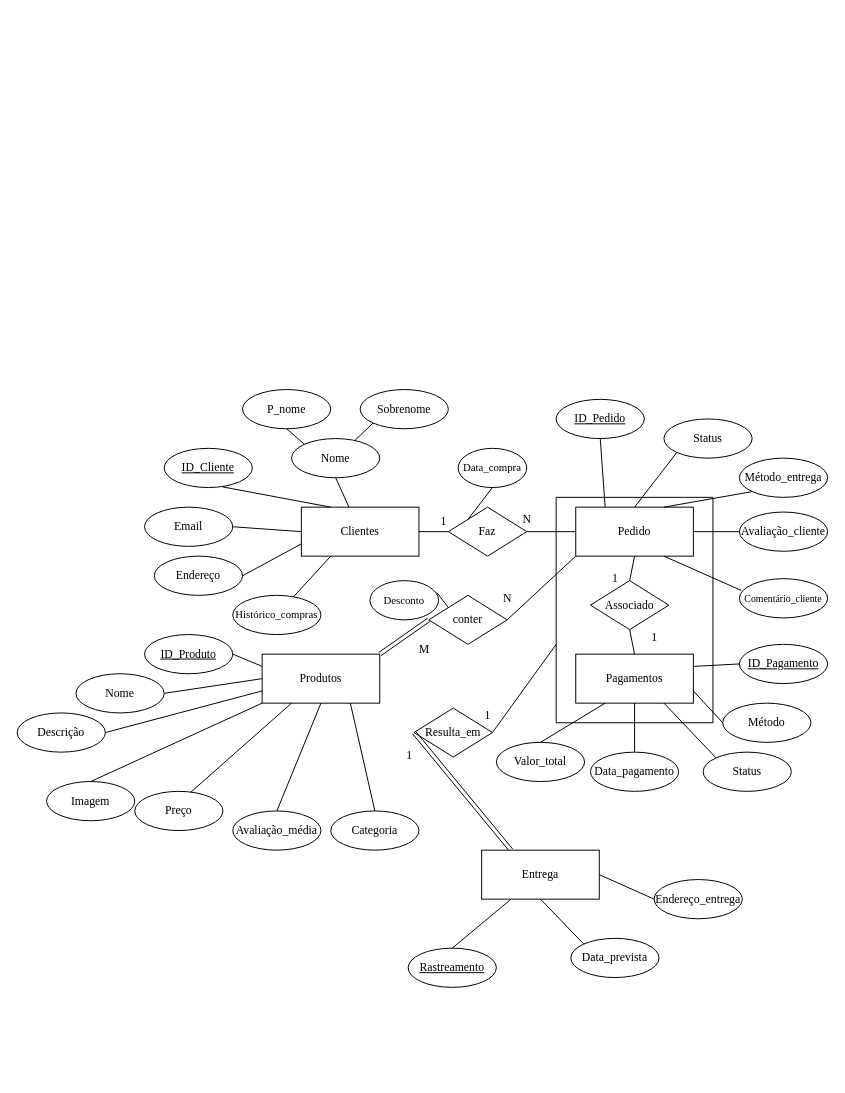
Zhihang44/Banco-de-Dados-1 keeps this draw.io diagram as Diagrama/Banco de dados 1.drawio. Above is the earlier version. Source tidied: cells renumbered, new cells numbered last; positions are measured from the earlier drawing's top-left corner, leaving out a move shared by most shapes. Both pictures are drawn from the tidied source at 98%, with x=0, y=0 at pixel (17, 389).
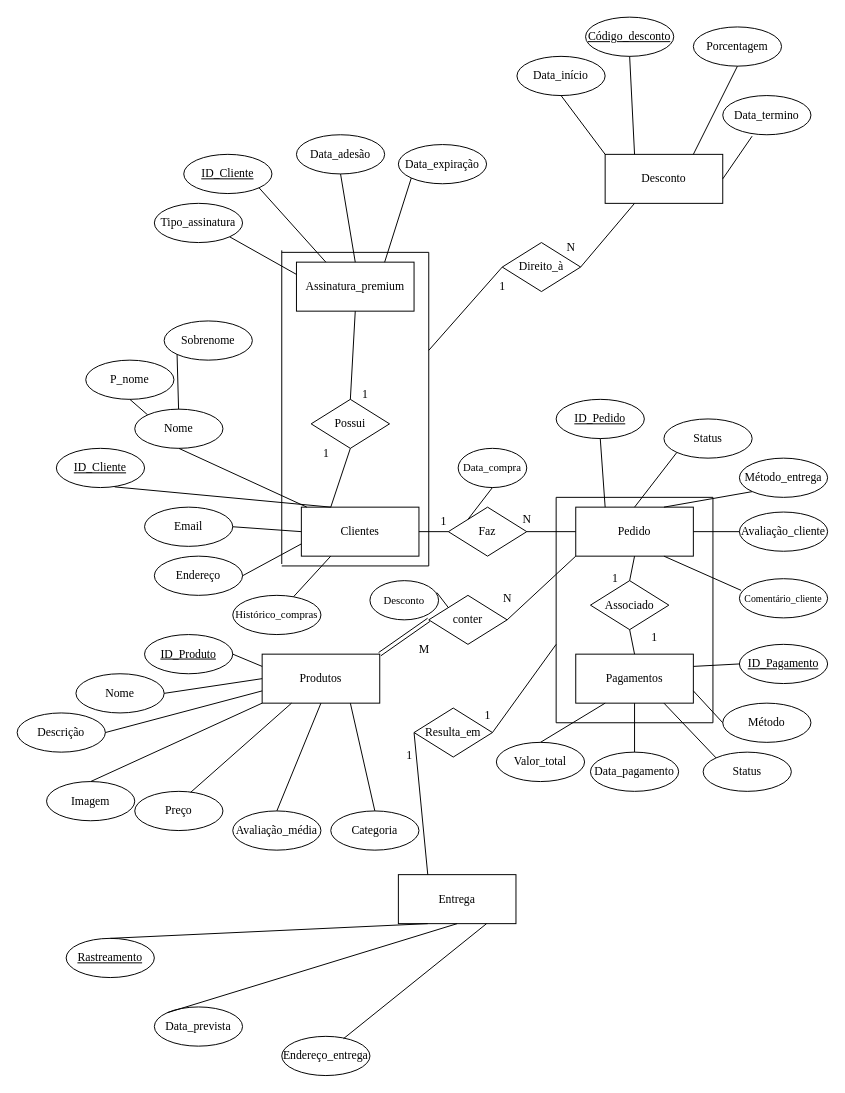
The same diagram, later.

Unchanged cells that the change refers to:
```xml
<mxCell id="2" value="Clientes" style="rounded=0;whiteSpace=wrap;html=1;fontFamily=Times New Roman;" parent="1" vertex="1">
  <mxGeometry x="290" y="120" width="120" height="50" as="geometry" />
</mxCell>
<mxCell id="58" value="Categoria" style="ellipse;whiteSpace=wrap;html=1;fontFamily=Times New Roman;" parent="1" vertex="1">
  <mxGeometry x="320" y="430" width="90" height="40" as="geometry" />
</mxCell>
<mxCell id="76" value="Resulta_em" style="rhombus;whiteSpace=wrap;html=1;fontFamily=Times New Roman;" parent="1" vertex="1">
  <mxGeometry x="405" y="325" width="80" height="50" as="geometry" />
</mxCell>
```

The edit, as a diff of the source:
```diff
@@
     <mxCell id="3" value="&lt;font face=&quot;Times New Roman&quot;&gt;ID_Cliente&lt;/font&gt;" style="ellipse;whiteSpace=wrap;html=1;fontStyle=4;" parent="1" vertex="1">
-      <mxGeometry x="150" y="60" width="90" height="40" as="geometry" />
+      <mxGeometry x="40" y="60" width="90" height="40" as="geometry" />
     </mxCell>
@@
     <mxCell id="5" value="Nome" style="ellipse;whiteSpace=wrap;html=1;fontFamily=Times New Roman;" parent="1" vertex="1">
-      <mxGeometry x="280" y="50" width="90" height="40" as="geometry" />
+      <mxGeometry x="120" y="20" width="90" height="40" as="geometry" />
     </mxCell>
     <mxCell id="6" value="P_nome" style="ellipse;whiteSpace=wrap;html=1;fontFamily=Times New Roman;" parent="1" vertex="1">
-      <mxGeometry x="230" width="90" height="40" as="geometry" />
+      <mxGeometry x="70" y="-30" width="90" height="40" as="geometry" />
     </mxCell>
     <mxCell id="7" value="Sobrenome" style="ellipse;whiteSpace=wrap;html=1;fontFamily=Times New Roman;" parent="1" vertex="1">
-      <mxGeometry x="350" width="90" height="40" as="geometry" />
+      <mxGeometry x="150" y="-70" width="90" height="40" as="geometry" />
     </mxCell>
@@
-    <mxCell id="61" style="edgeStyle=orthogonalEdgeStyle;rounded=0;orthogonalLoop=1;jettySize=auto;html=1;exitX=0.5;exitY=1;exitDx=0;exitDy=0;" parent="1" edge="1" source="58" target="58">
-      <mxGeometry relative="1" as="geometry" />
+    <mxCell id="61" style="edgeStyle=orthogonalEdgeStyle;rounded=0;orthogonalLoop=1;jettySize=auto;html=1;exitX=0.5;exitY=1;exitDx=0;exitDy=0;" parent="1" edge="1">
+      <mxGeometry relative="1" as="geometry">
+        <mxPoint x="280" y="495" as="sourcePoint" />
+        <mxPoint x="280" y="495" as="targetPoint" />
+      </mxGeometry>
     </mxCell>
@@
-    <mxCell id="77" style="shape=link;html=1;rounded=0;exitX=0;exitY=0.5;exitDx=0;exitDy=0;entryX=0.25;entryY=0;entryDx=0;entryDy=0;" parent="1" edge="1" source="76" target="82">
-      <mxGeometry relative="1" as="geometry" />
-    </mxCell>
@@
     <mxCell id="82" value="Entrega" style="rounded=0;whiteSpace=wrap;html=1;fontFamily=Times New Roman;" parent="1" vertex="1">
-      <mxGeometry x="474" y="470" width="120" height="50" as="geometry" />
+      <mxGeometry x="389" y="495" width="120" height="50" as="geometry" />
     </mxCell>
     <mxCell id="83" value="Endereço_entrega" style="ellipse;whiteSpace=wrap;html=1;fontFamily=Times New Roman;" parent="1" vertex="1">
-      <mxGeometry x="650" y="500" width="90" height="40" as="geometry" />
+      <mxGeometry x="270" y="660" width="90" height="40" as="geometry" />
     </mxCell>
     <mxCell id="84" value="Data_prevista" style="ellipse;whiteSpace=wrap;html=1;fontFamily=Times New Roman;" parent="1" vertex="1">
-      <mxGeometry x="565" y="560" width="90" height="40" as="geometry" />
+      <mxGeometry x="140" y="630" width="90" height="40" as="geometry" />
     </mxCell>
     <mxCell id="85" value="Rastreamento" style="ellipse;whiteSpace=wrap;html=1;fontFamily=Times New Roman;fontStyle=4;" parent="1" vertex="1">
-      <mxGeometry x="399" y="570" width="90" height="40" as="geometry" />
+      <mxGeometry x="50" y="560" width="90" height="40" as="geometry" />
     </mxCell>
-    <mxCell id="86" style="endArrow=none;html=1;rounded=0;entryX=0;entryY=0.5;entryDx=0;entryDy=0;exitX=1;exitY=0.5;exitDx=0;exitDy=0;" parent="1" edge="1" source="82" target="83">
+    <mxCell id="86" style="endArrow=none;html=1;rounded=0;entryX=0.7;entryY=0.059;entryDx=0;entryDy=0;exitX=0.75;exitY=1;exitDx=0;exitDy=0;entryPerimeter=0;" parent="1" edge="1" source="82" target="83">
       <mxGeometry relative="1" as="geometry" />
     </mxCell>
@@
+    <mxCell id="91" style="endArrow=none;html=1;rounded=0;entryX=0;entryY=0.5;entryDx=0;entryDy=0;exitX=0.25;exitY=0;exitDx=0;exitDy=0;" parent="1" edge="1" source="82" target="76">
+      <mxGeometry relative="1" as="geometry" />
+    </mxCell>
+    <mxCell id="92" value="Possui" style="rhombus;whiteSpace=wrap;html=1;fontFamily=Times New Roman;" parent="1" vertex="1">
+      <mxGeometry x="300" y="10" width="80" height="50" as="geometry" />
+    </mxCell>
+    <mxCell id="93" value="Assinatura_premium" style="rounded=0;whiteSpace=wrap;html=1;fontFamily=Times New Roman;" parent="1" vertex="1">
+      <mxGeometry x="285" y="-130" width="120" height="50" as="geometry" />
+    </mxCell>
+    <mxCell id="94" value="&lt;font face=&quot;Times New Roman&quot;&gt;ID_Cliente&lt;/font&gt;" style="ellipse;whiteSpace=wrap;html=1;fontStyle=4;" parent="1" vertex="1">
+      <mxGeometry x="170" y="-240" width="90" height="40" as="geometry" />
+    </mxCell>
+    <mxCell id="95" style="endArrow=none;html=1;rounded=0;entryX=1;entryY=1;entryDx=0;entryDy=0;exitX=0.25;exitY=0;exitDx=0;exitDy=0;" parent="1" edge="1" source="93" target="94">
+      <mxGeometry relative="1" as="geometry" />
+    </mxCell>
+    <mxCell id="96" value="&lt;font face=&quot;Times New Roman&quot;&gt;Tipo_assinatura&lt;/font&gt;" style="ellipse;whiteSpace=wrap;html=1;fontStyle=0;" parent="1" vertex="1">
+      <mxGeometry x="140" y="-190" width="90" height="40" as="geometry" />
+    </mxCell>
+    <mxCell id="97" style="endArrow=none;html=1;rounded=0;entryX=1;entryY=1;entryDx=0;entryDy=0;exitX=0;exitY=0.25;exitDx=0;exitDy=0;" parent="1" edge="1" source="93" target="96">
+      <mxGeometry relative="1" as="geometry" />
+    </mxCell>
+    <mxCell id="98" value="&lt;font face=&quot;Times New Roman&quot;&gt;Data_adesão&lt;/font&gt;" style="ellipse;whiteSpace=wrap;html=1;fontStyle=0;" parent="1" vertex="1">
+      <mxGeometry x="285" y="-260" width="90" height="40" as="geometry" />
+    </mxCell>
+    <mxCell id="99" value="&lt;font face=&quot;Times New Roman&quot;&gt;Data_expiração&lt;/font&gt;" style="ellipse;whiteSpace=wrap;html=1;fontStyle=0;" parent="1" vertex="1">
+      <mxGeometry x="389" y="-250" width="90" height="40" as="geometry" />
+    </mxCell>
+    <mxCell id="100" style="endArrow=none;html=1;rounded=0;entryX=0.5;entryY=1;entryDx=0;entryDy=0;exitX=0.5;exitY=0;exitDx=0;exitDy=0;" parent="1" edge="1" source="93" target="98">
+      <mxGeometry relative="1" as="geometry" />
+    </mxCell>
+    <mxCell id="101" style="endArrow=none;html=1;rounded=0;entryX=0;entryY=1;entryDx=0;entryDy=0;exitX=0.75;exitY=0;exitDx=0;exitDy=0;" parent="1" edge="1" source="93" target="99">
+      <mxGeometry relative="1" as="geometry" />
+    </mxCell>
+    <mxCell id="102" style="endArrow=none;html=1;rounded=0;" parent="1" edge="1">
+      <mxGeometry relative="1" as="geometry">
+        <mxPoint x="270" y="178" as="sourcePoint" />
+        <mxPoint x="270" y="-142" as="targetPoint" />
+      </mxGeometry>
+    </mxCell>
+    <mxCell id="103" style="endArrow=none;html=1;rounded=0;" parent="1" edge="1">
+      <mxGeometry relative="1" as="geometry">
+        <mxPoint x="270" y="-140" as="sourcePoint" />
+        <mxPoint x="420" y="-140" as="targetPoint" />
+      </mxGeometry>
+    </mxCell>
+    <mxCell id="104" style="endArrow=none;html=1;rounded=0;" parent="1" edge="1">
+      <mxGeometry relative="1" as="geometry">
+        <mxPoint x="420" y="180" as="sourcePoint" />
+        <mxPoint x="420" y="-140" as="targetPoint" />
+      </mxGeometry>
+    </mxCell>
+    <mxCell id="105" style="endArrow=none;html=1;rounded=0;" parent="1" edge="1">
+      <mxGeometry relative="1" as="geometry">
+        <mxPoint x="270" y="180" as="sourcePoint" />
+        <mxPoint x="420" y="180" as="targetPoint" />
+      </mxGeometry>
+    </mxCell>
+    <mxCell id="106" style="endArrow=none;html=1;rounded=0;entryX=0.5;entryY=1;entryDx=0;entryDy=0;exitX=0.5;exitY=0;exitDx=0;exitDy=0;" parent="1" edge="1" source="92" target="93">
+      <mxGeometry relative="1" as="geometry" />
+    </mxCell>
+    <mxCell id="107" style="endArrow=none;html=1;rounded=0;entryX=0.5;entryY=1;entryDx=0;entryDy=0;exitX=0.25;exitY=0;exitDx=0;exitDy=0;" parent="1" edge="1" source="2" target="92">
+      <mxGeometry relative="1" as="geometry" />
+    </mxCell>
+    <mxCell id="108" value="1" style="text;html=1;align=center;verticalAlign=middle;strokeColor=none;fillColor=none;fontFamily=Times New Roman;" parent="1" vertex="1">
+      <mxGeometry x="340" y="-10" width="30" height="30" as="geometry" />
+    </mxCell>
+    <mxCell id="109" value="1" style="text;html=1;align=center;verticalAlign=middle;strokeColor=none;fillColor=none;fontFamily=Times New Roman;" parent="1" vertex="1">
+      <mxGeometry x="300" y="50" width="30" height="30" as="geometry" />
+    </mxCell>
+    <mxCell id="110" value="Direito_à" style="rhombus;whiteSpace=wrap;html=1;fontFamily=Times New Roman;" parent="1" vertex="1">
+      <mxGeometry x="495" y="-150" width="80" height="50" as="geometry" />
+    </mxCell>
+    <mxCell id="111" style="endArrow=none;html=1;rounded=0;entryX=0;entryY=0.5;entryDx=0;entryDy=0;" parent="1" edge="1" target="110">
+      <mxGeometry relative="1" as="geometry">
+        <mxPoint x="420" y="-40" as="sourcePoint" />
+      </mxGeometry>
+    </mxCell>
+    <mxCell id="112" value="Desconto" style="rounded=0;whiteSpace=wrap;html=1;fontFamily=Times New Roman;" parent="1" vertex="1">
+      <mxGeometry x="600" y="-240" width="120" height="50" as="geometry" />
+    </mxCell>
+    <mxCell id="113" value="&lt;font face=&quot;Times New Roman&quot;&gt;Código_desconto&lt;/font&gt;" style="ellipse;whiteSpace=wrap;html=1;fontStyle=4;" parent="1" vertex="1">
+      <mxGeometry x="580" y="-380" width="90" height="40" as="geometry" />
+    </mxCell>
+    <mxCell id="114" style="endArrow=none;html=1;rounded=0;entryX=0.5;entryY=1;entryDx=0;entryDy=0;exitX=0.25;exitY=0;exitDx=0;exitDy=0;" parent="1" edge="1" source="112" target="113">
+      <mxGeometry relative="1" as="geometry" />
+    </mxCell>
+    <mxCell id="115" value="&lt;font face=&quot;Times New Roman&quot;&gt;Porcentagem&lt;/font&gt;" style="ellipse;whiteSpace=wrap;html=1;fontStyle=0;" parent="1" vertex="1">
+      <mxGeometry x="690" y="-370" width="90" height="40" as="geometry" />
+    </mxCell>
+    <mxCell id="116" style="endArrow=none;html=1;rounded=0;entryX=0.5;entryY=1;entryDx=0;entryDy=0;exitX=0.75;exitY=0;exitDx=0;exitDy=0;" parent="1" edge="1" source="112" target="115">
+      <mxGeometry relative="1" as="geometry" />
+    </mxCell>
+    <mxCell id="117" value="&lt;font face=&quot;Times New Roman&quot;&gt;Data_início&lt;/font&gt;" style="ellipse;whiteSpace=wrap;html=1;fontStyle=0;" parent="1" vertex="1">
+      <mxGeometry x="510" y="-340" width="90" height="40" as="geometry" />
+    </mxCell>
+    <mxCell id="118" value="&lt;font face=&quot;Times New Roman&quot;&gt;Data_termino&lt;/font&gt;" style="ellipse;whiteSpace=wrap;html=1;fontStyle=0;" parent="1" vertex="1">
+      <mxGeometry x="720" y="-300" width="90" height="40" as="geometry" />
+    </mxCell>
+    <mxCell id="119" style="endArrow=none;html=1;rounded=0;entryX=0.5;entryY=1;entryDx=0;entryDy=0;exitX=0;exitY=0;exitDx=0;exitDy=0;" parent="1" edge="1" source="112" target="117">
+      <mxGeometry relative="1" as="geometry" />
+    </mxCell>
+    <mxCell id="120" style="endArrow=none;html=1;rounded=0;entryX=0.333;entryY=1.036;entryDx=0;entryDy=0;entryPerimeter=0;exitX=1;exitY=0.5;exitDx=0;exitDy=0;" parent="1" edge="1" source="112" target="118">
+      <mxGeometry relative="1" as="geometry" />
+    </mxCell>
+    <mxCell id="121" style="endArrow=none;html=1;rounded=0;entryX=0.25;entryY=1;entryDx=0;entryDy=0;exitX=1;exitY=0.5;exitDx=0;exitDy=0;" parent="1" edge="1" source="110" target="112">
+      <mxGeometry relative="1" as="geometry" />
+    </mxCell>
+    <mxCell id="122" value="N" style="text;html=1;align=center;verticalAlign=middle;strokeColor=none;fillColor=none;fontFamily=Times New Roman;" parent="1" vertex="1">
+      <mxGeometry x="550" y="-160" width="30" height="30" as="geometry" />
+    </mxCell>
+    <mxCell id="123" value="1" style="text;html=1;align=center;verticalAlign=middle;strokeColor=none;fillColor=none;fontFamily=Times New Roman;" parent="1" vertex="1">
+      <mxGeometry x="480" y="-120" width="30" height="30" as="geometry" />
+    </mxCell>
```
